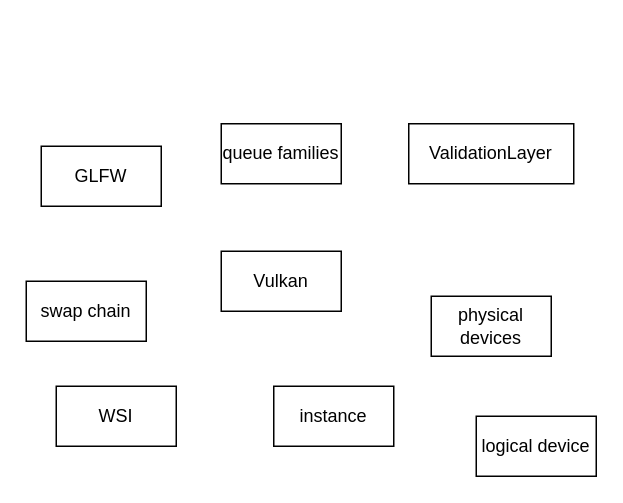
binbin2333/learnvulkan keeps this draw.io diagram as LearnVulkan.drawio. Above is the earlier version. Source tidied: cells renumbered, new cells numbered last; positions are measured from the earlier drawing's top-left corner, leaving out a move shared by most shapes. Both pictures are drawn from the tidied source at 150%, with x=0, y=0 at pixel (26, 123).
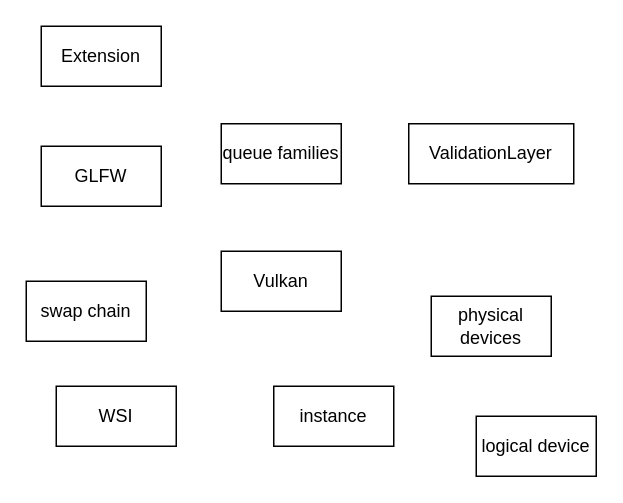
The same page after the edit.

Diff of the diagram source:
```diff
@@
 <mxGraphModel>
   <root>
     <mxCell id="0" />
     <mxCell id="1" parent="0" />
     <mxCell id="2" value="Vulkan" style="rounded=0;whiteSpace=wrap;html=1;" parent="1" vertex="1">
       <mxGeometry x="130" y="85" width="80" height="40" as="geometry" />
     </mxCell>
     <mxCell id="3" value="ValidationLayer" style="rounded=0;whiteSpace=wrap;html=1;" parent="1" vertex="1">
       <mxGeometry x="255" width="110" height="40" as="geometry" />
     </mxCell>
     <mxCell id="4" value="GLFW" style="rounded=0;whiteSpace=wrap;html=1;" parent="1" vertex="1">
       <mxGeometry x="10" y="15" width="80" height="40" as="geometry" />
     </mxCell>
     <mxCell id="5" value="swap chain" style="rounded=0;whiteSpace=wrap;html=1;" parent="1" vertex="1">
       <mxGeometry y="105" width="80" height="40" as="geometry" />
     </mxCell>
     <mxCell id="6" value="WSI" style="rounded=0;whiteSpace=wrap;html=1;" parent="1" vertex="1">
       <mxGeometry x="20" y="175" width="80" height="40" as="geometry" />
     </mxCell>
     <mxCell id="7" value="instance" style="rounded=0;whiteSpace=wrap;html=1;" parent="1" vertex="1">
       <mxGeometry x="165" y="175" width="80" height="40" as="geometry" />
     </mxCell>
     <mxCell id="8" value="physical devices" style="rounded=0;whiteSpace=wrap;html=1;" parent="1" vertex="1">
       <mxGeometry x="270" y="115" width="80" height="40" as="geometry" />
     </mxCell>
     <mxCell id="9" value="queue families" style="rounded=0;whiteSpace=wrap;html=1;" parent="1" vertex="1">
       <mxGeometry x="130" width="80" height="40" as="geometry" />
     </mxCell>
     <mxCell id="10" value="logical device" style="rounded=0;whiteSpace=wrap;html=1;" parent="1" vertex="1">
       <mxGeometry x="300" y="195" width="80" height="40" as="geometry" />
     </mxCell>
+    <mxCell id="11" value="Extension" style="rounded=0;whiteSpace=wrap;html=1;" parent="1" vertex="1">
+      <mxGeometry x="10" y="-65" width="80" height="40" as="geometry" />
+    </mxCell>
   </root>
 </mxGraphModel>
```
